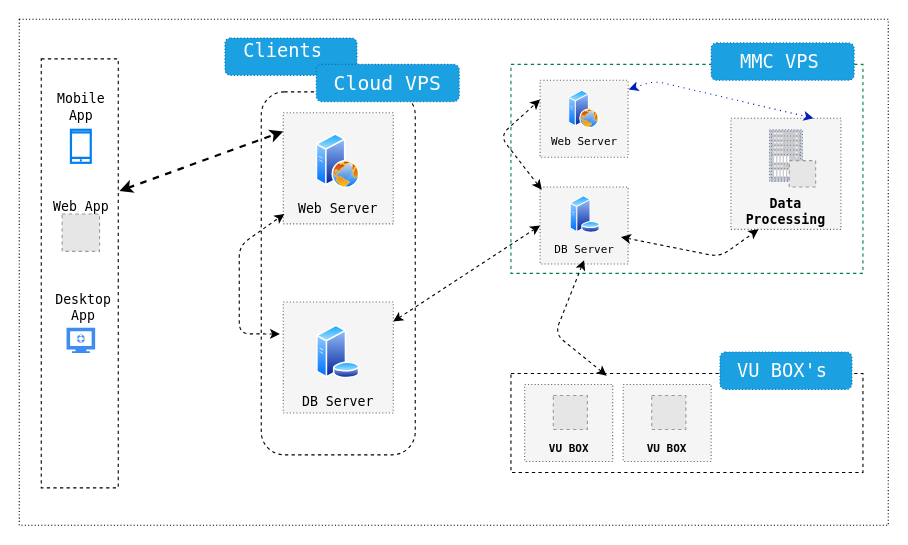
Above: Untitled Diagram.drawio in shoaibijaz/soding (draw.io), before the change. Source tidied: cells renumbered, new cells numbered last; positions are measured from the earlier drawing's top-left corner, leaving out a move shared by most shapes. Both pictures are drawn from the tidied source at 110%, with x=0, y=0 at pixel (19, 19). Pictures stored in the file or linked from it are replaced by grey dashed boxes.
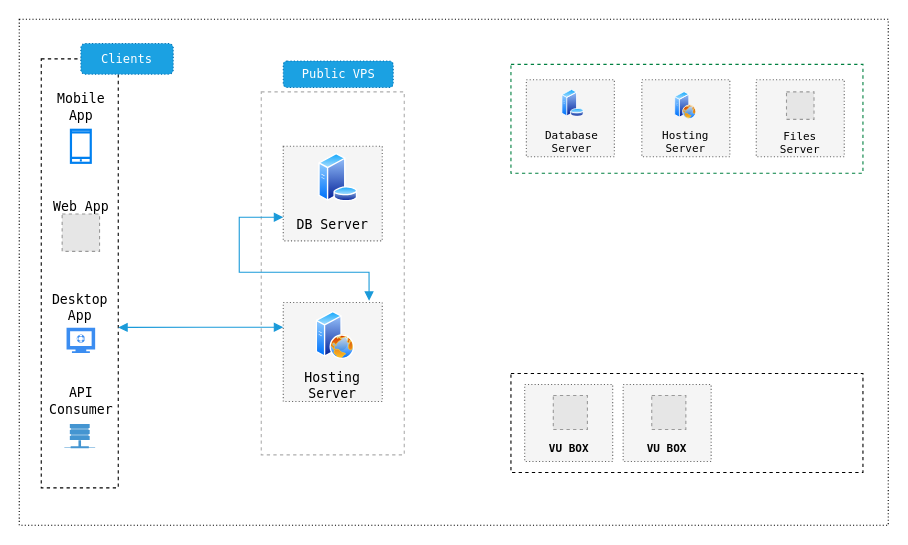
Above is the later version.

Unchanged cells that the change refers to:
```xml
<mxCell id="3" style="rounded=0;whiteSpace=wrap;html=1;dashed=1;" parent="1" vertex="1">
  <mxGeometry x="20" y="36" width="70" height="390" as="geometry" />
</mxCell>
<mxCell id="30" style="rounded=0;whiteSpace=wrap;html=1;fontFamily=Lucida Console;dashed=1;" parent="1" vertex="1">
  <mxGeometry x="447" y="322" width="320" height="90" as="geometry" />
</mxCell>
```

What changed in the source:
```diff
@@
     <mxCell id="7" value="Desktop App" style="text;html=1;strokeColor=none;fillColor=none;align=center;verticalAlign=middle;whiteSpace=wrap;rounded=0;dashed=1;fontFamily=Lucida Console;" parent="1" vertex="1">
-      <mxGeometry x="25.5" y="252" width="65" height="20" as="geometry" />
+      <mxGeometry x="22.5" y="252" width="65" height="20" as="geometry" />
     </mxCell>
-    <mxCell id="8" style="rounded=1;whiteSpace=wrap;html=1;dashed=1;fontFamily=Lucida Console;" parent="1" vertex="1">
-      <mxGeometry x="220" y="66" width="140" height="330" as="geometry" />
+    <mxCell id="8" style="rounded=0;whiteSpace=wrap;html=1;dashed=1;fontFamily=Lucida Console;glass=0;shadow=0;comic=0;fillColor=none;strokeColor=#ADADAD;" parent="1" vertex="1">
+      <mxGeometry x="220" y="66" width="130" height="330" as="geometry" />
     </mxCell>
+    <mxCell id="50" style="edgeStyle=orthogonalEdgeStyle;rounded=0;jettySize=auto;html=1;exitX=0;exitY=0.25;exitDx=0;exitDy=0;entryX=1;entryY=0.626;entryDx=0;entryDy=0;entryPerimeter=0;startArrow=block;startFill=1;endArrow=block;endFill=1;strokeColor=#1A9AD9;strokeWidth=1;fontSize=11;fontColor=none;" parent="1" edge="1" source="9" target="3">
+      <mxGeometry relative="1" as="geometry" />
+    </mxCell>
-    <mxCell id="9" style="rounded=0;whiteSpace=wrap;html=1;fontFamily=Lucida Console;fillColor=#f5f5f5;strokeColor=#666666;fontColor=#333333;dashed=1;dashPattern=1 2;" parent="1" vertex="1">
-      <mxGeometry x="240" y="85" width="100" height="101" as="geometry" />
+    <mxCell id="9" style="rounded=0;whiteSpace=wrap;html=1;fontFamily=Lucida Console;dashed=1;dashPattern=1 2;fillColor=#f5f5f5;strokeColor=#666666;fontColor=#333333;" parent="1" vertex="1">
+      <mxGeometry x="240" y="257.5" width="90" height="90" as="geometry" />
     </mxCell>
-    <mxCell id="10" value="Web Server" style="text;html=1;strokeColor=none;fillColor=none;align=center;verticalAlign=middle;whiteSpace=wrap;rounded=0;fontFamily=Lucida Console;dashed=1;dashPattern=1 1;" parent="1" vertex="1">
-      <mxGeometry x="250" y="163" width="80" height="20" as="geometry" />
+    <mxCell id="10" value="Hosting Server" style="text;html=1;strokeColor=none;fillColor=none;align=center;verticalAlign=middle;whiteSpace=wrap;rounded=0;fontFamily=Lucida Console;dashed=1;dashPattern=1 1;" parent="1" vertex="1">
+      <mxGeometry x="245" y="324.5" width="80" height="17" as="geometry" />
     </mxCell>
-    <mxCell id="11" style="perimeter=ellipsePerimeter;html=1;align=center;shadow=0;dashed=0;spacingTop=3;image;image=img/lib/active_directory/web_server.svg;fontFamily=Lucida Console;" parent="1" vertex="1">
-      <mxGeometry x="270" y="104" width="40" height="50" as="geometry" />
+    <mxCell id="11" style="perimeter=ellipsePerimeter;html=1;align=center;shadow=0;dashed=0;spacingTop=3;image;image=img/lib/active_directory/web_server.svg;fontFamily=Lucida Console;imageBackground=none;" parent="1" vertex="1">
+      <mxGeometry x="270" y="265.5" width="35" height="44" as="geometry" />
     </mxCell>
+    <mxCell id="51" style="edgeStyle=orthogonalEdgeStyle;rounded=0;jettySize=auto;html=1;exitX=0;exitY=0.75;exitDx=0;exitDy=0;entryX=0.867;entryY=-0.017;entryDx=0;entryDy=0;entryPerimeter=0;startArrow=block;startFill=1;endArrow=block;endFill=1;strokeColor=#1A9AD9;strokeWidth=1;fontSize=11;fontColor=none;" parent="1" edge="1" source="12" target="9">
+      <mxGeometry relative="1" as="geometry">
+        <Array as="points">
+          <mxPoint x="200" y="180" />
+          <mxPoint x="200" y="230" />
+          <mxPoint x="318" y="230" />
+        </Array>
+      </mxGeometry>
+    </mxCell>
     <mxCell id="12" style="rounded=0;whiteSpace=wrap;html=1;fontFamily=Lucida Console;fillColor=#f5f5f5;strokeColor=#666666;fontColor=#333333;dashed=1;dashPattern=1 2;" parent="1" vertex="1">
-      <mxGeometry x="240" y="257" width="100" height="101" as="geometry" />
+      <mxGeometry x="240" y="115.5" width="90" height="86" as="geometry" />
     </mxCell>
     <mxCell id="13" value="DB Server" style="text;html=1;strokeColor=none;fillColor=none;align=center;verticalAlign=middle;whiteSpace=wrap;rounded=0;fontFamily=Lucida Console;" parent="1" vertex="1">
-      <mxGeometry x="250" y="338" width="80" height="20" as="geometry" />
+      <mxGeometry x="245" y="176.5" width="80" height="20" as="geometry" />
     </mxCell>
     <mxCell id="14" style="perimeter=ellipsePerimeter;html=1;align=center;shadow=0;dashed=0;spacingTop=3;image;image=img/lib/active_directory/database_server.svg;fontFamily=Lucida Console;" parent="1" vertex="1">
-      <mxGeometry x="270" y="278" width="40" height="48.8" as="geometry" />
+      <mxGeometry x="272" y="122" width="36.1" height="44" as="geometry" />
     </mxCell>
-    <mxCell id="15" style="endArrow=classic;startArrow=classic;html=1;fontFamily=Lucida Console;dashed=1;exitX=1.015;exitY=0.308;exitDx=0;exitDy=0;exitPerimeter=0;fillColor=#a20025;strokeColor=#000000;jumpSize=13;strokeWidth=2;entryX=0;entryY=0.168;entryDx=0;entryDy=0;entryPerimeter=0;" parent="1" edge="1" source="3" target="9">
-      <mxGeometry relative="1" as="geometry" />
-    </mxCell>
@@
-    <mxCell id="18" style="endArrow=classic;startArrow=classic;html=1;dashed=1;strokeColor=#000000;strokeWidth=1;fontFamily=Lucida Console;entryX=0.01;entryY=0.911;entryDx=0;entryDy=0;entryPerimeter=0;exitX=0.121;exitY=0.667;exitDx=0;exitDy=0;exitPerimeter=0;" parent="1" edge="1" source="8" target="9">
-      <mxGeometry relative="1" as="geometry">
-        <Array as="points">
-          <mxPoint x="200" y="286" />
-          <mxPoint x="200" y="206" />
-        </Array>
-      </mxGeometry>
-    </mxCell>
     <mxCell id="19" style="rounded=0;whiteSpace=wrap;html=1;fontFamily=Lucida Console;dashed=1;strokeColor=#008040;" parent="1" vertex="1">
-      <mxGeometry x="447" y="41" width="320" height="190" as="geometry" />
+      <mxGeometry x="447" y="41" width="320" height="99" as="geometry" />
     </mxCell>
-    <mxCell id="20" style="rounded=0;whiteSpace=wrap;html=1;fontFamily=Lucida Console;fillColor=#f5f5f5;strokeColor=#666666;fontColor=#333333;dashed=1;dashPattern=1 2;" parent="1" vertex="1">
-      <mxGeometry x="473.5" y="55.5" width="80" height="70" as="geometry" />
+    <mxCell id="20" style="rounded=0;whiteSpace=wrap;html=1;fontFamily=Lucida Console;fillColor=#F5F5F5;strokeColor=#666666;fontColor=#333333;dashed=1;dashPattern=1 2;" parent="1" vertex="1">
+      <mxGeometry x="566" y="55" width="80" height="70" as="geometry" />
     </mxCell>
     <mxCell id="21" style="perimeter=ellipsePerimeter;html=1;align=center;shadow=0;dashed=0;spacingTop=3;image;image=img/lib/active_directory/web_server.svg;fontFamily=Lucida Console;" parent="1" vertex="1">
-      <mxGeometry x="499.5" y="64.5" width="28" height="35" as="geometry" />
+      <mxGeometry x="596" y="66" width="20" height="25" as="geometry" />
     </mxCell>
-    <mxCell id="22" value="Web Server" style="text;html=1;strokeColor=none;fillColor=none;align=center;verticalAlign=middle;whiteSpace=wrap;rounded=0;fontFamily=Lucida Console;dashed=1;dashPattern=1 1;fontSize=10;fontStyle=0;" parent="1" vertex="1">
-      <mxGeometry x="473.5" y="100.5" width="80" height="20" as="geometry" />
+    <mxCell id="22" value="Hosting Server" style="text;html=1;strokeColor=none;fillColor=none;align=center;verticalAlign=middle;whiteSpace=wrap;rounded=0;fontFamily=Lucida Console;dashed=1;dashPattern=1 1;fontSize=10;fontStyle=0;" parent="1" vertex="1">
+      <mxGeometry x="566" y="101" width="80" height="20" as="geometry" />
     </mxCell>
     <mxCell id="23" style="rounded=0;whiteSpace=wrap;html=1;fontFamily=Lucida Console;fillColor=#f5f5f5;strokeColor=#666666;fontColor=#333333;dashed=1;dashPattern=1 2;" parent="1" vertex="1">
-      <mxGeometry x="473.5" y="152.5" width="80" height="70" as="geometry" />
+      <mxGeometry x="461" y="55" width="80" height="70" as="geometry" />
     </mxCell>
     <mxCell id="24" style="perimeter=ellipsePerimeter;html=1;align=center;shadow=0;dashed=0;spacingTop=3;image;image=img/lib/active_directory/database_server.svg;fontFamily=Lucida Console;" parent="1" vertex="1">
-      <mxGeometry x="499.5" y="160.5" width="30" height="34" as="geometry" />
+      <mxGeometry x="491" y="64" width="25" height="25" as="geometry" />
     </mxCell>
-    <mxCell id="25" value="DB Server" style="text;html=1;strokeColor=none;fillColor=none;align=center;verticalAlign=middle;whiteSpace=wrap;rounded=0;fontFamily=Lucida Console;dashed=1;dashPattern=1 1;fontSize=10;fontStyle=0;" parent="1" vertex="1">
-      <mxGeometry x="473.5" y="199" width="80" height="20" as="geometry" />
+    <mxCell id="25" value="Database Server" style="text;html=1;strokeColor=none;fillColor=none;align=center;verticalAlign=middle;whiteSpace=wrap;rounded=0;fontFamily=Lucida Console;dashed=1;dashPattern=1 1;fontSize=10;fontStyle=0;" parent="1" vertex="1">
+      <mxGeometry x="477.5" y="101" width="49" height="20" as="geometry" />
     </mxCell>
-    <mxCell id="26" style="rounded=0;whiteSpace=wrap;html=1;fontFamily=Lucida Console;fillColor=#f5f5f5;strokeColor=#666666;fontColor=#333333;dashed=1;dashPattern=1 2;" parent="1" vertex="1">
-      <mxGeometry x="647" y="90" width="100" height="101" as="geometry" />
-    </mxCell>
-    <mxCell id="27" value="Data Processing" style="text;html=1;strokeColor=none;fillColor=none;align=center;verticalAlign=middle;whiteSpace=wrap;rounded=0;fontFamily=Lucida Console;dashed=1;dashPattern=1 1;fontStyle=1;" parent="1" vertex="1">
-      <mxGeometry x="657" y="164.5" width="80" height="20" as="geometry" />
-    </mxCell>
-    <mxCell id="28" style="fontColor=#0066CC;verticalAlign=top;verticalLabelPosition=bottom;labelPosition=center;align=center;html=1;fillColor=#CCCCCC;strokeColor=#6881B3;gradientColor=none;gradientDirection=north;strokeWidth=2;shape=mxgraph.networks.rack;rounded=1;dashed=1;dashPattern=1 2;" parent="1" vertex="1">
-      <mxGeometry x="682" y="100.5" width="30" height="47" as="geometry" />
-    </mxCell>
-    <mxCell id="29" style="fillColor=#E6E6E6;strokeColor=#999999;dashed=1;html=1;verticalAlign=top;verticalLabelPosition=bottom;labelBackgroundColor=#ffffff;fontFamily=Lucida Console;fontSize=10;" parent="1" vertex="1">
-      <mxGeometry x="700" y="128.5" width="24" height="24" as="geometry" />
-    </mxCell>
@@
-    <mxCell id="37" style="endArrow=classic;startArrow=classic;html=1;dashed=1;strokeColor=#000000;strokeWidth=1;fontFamily=Lucida Console;exitX=0.272;exitY=0.022;exitDx=0;exitDy=0;exitPerimeter=0;entryX=0.5;entryY=1;entryDx=0;entryDy=0;" parent="1" edge="1" source="30" target="25">
-      <mxGeometry relative="1" as="geometry">
-        <Array as="points">
-          <mxPoint x="487" y="286" />
-        </Array>
-      </mxGeometry>
-    </mxCell>
-    <mxCell id="38" style="endArrow=classic;startArrow=classic;html=1;dashed=1;strokeColor=#000000;strokeWidth=1;fontFamily=Lucida Console;entryX=0.25;entryY=1;entryDx=0;entryDy=0;" parent="1" edge="1" target="26">
-      <mxGeometry relative="1" as="geometry">
-        <mxPoint x="547" y="198" as="sourcePoint" />
-        <Array as="points">
-          <mxPoint x="637" y="216" />
-        </Array>
-      </mxGeometry>
-    </mxCell>
-    <mxCell id="39" style="endArrow=classic;startArrow=classic;html=1;dashed=1;strokeColor=#000000;strokeWidth=1;fontFamily=Lucida Console;fontSize=10;entryX=0;entryY=0.5;entryDx=0;entryDy=0;" parent="1" edge="1" source="12" target="23">
-      <mxGeometry relative="1" as="geometry" />
-    </mxCell>
-    <mxCell id="40" style="endArrow=classic;startArrow=classic;html=1;dashed=1;strokeWidth=1;fontFamily=Lucida Console;fontSize=10;exitX=1.006;exitY=0.121;exitDx=0;exitDy=0;exitPerimeter=0;entryX=0.75;entryY=0;entryDx=0;entryDy=0;fillColor=#0050ef;strokeColor=#001DBC;dashPattern=1 4;" parent="1" edge="1" source="20" target="26">
-      <mxGeometry relative="1" as="geometry">
-        <Array as="points">
-          <mxPoint x="577" y="56" />
-        </Array>
-      </mxGeometry>
-    </mxCell>
-    <mxCell id="41" style="endArrow=classic;startArrow=classic;html=1;dashed=1;strokeColor=#000000;strokeWidth=1;fontFamily=Lucida Console;entryX=0;entryY=0.25;entryDx=0;entryDy=0;exitX=0.019;exitY=0.036;exitDx=0;exitDy=0;exitPerimeter=0;" parent="1" edge="1" source="23" target="20">
-      <mxGeometry relative="1" as="geometry">
-        <Array as="points">
-          <mxPoint x="437" y="106" />
-        </Array>
-      </mxGeometry>
-    </mxCell>
     <mxCell id="42" style="rounded=1;whiteSpace=wrap;html=1;dashed=1;dashPattern=1 2;strokeColor=#006EAF;fillColor=#1ba1e2;fontFamily=Lucida Console;fontSize=10;fontColor=#ffffff;" parent="1" vertex="1">
-      <mxGeometry x="187" y="17" width="120" height="34" as="geometry" />
+      <mxGeometry x="56" y="22" width="84" height="28" as="geometry" />
     </mxCell>
-    <mxCell id="43" value="Clients" style="text;html=1;strokeColor=none;fillColor=none;align=center;verticalAlign=middle;whiteSpace=wrap;rounded=0;dashed=1;dashPattern=1 2;fontFamily=Lucida Console;fontSize=17;fontColor=#FFFFFF;" parent="1" vertex="1">
-      <mxGeometry x="220" y="19" width="40" height="20" as="geometry" />
+    <mxCell id="43" value="Clients" style="text;html=1;strokeColor=none;fillColor=none;align=center;verticalAlign=middle;whiteSpace=wrap;rounded=0;dashed=1;dashPattern=1 2;fontFamily=Lucida Console;fontSize=11;fontColor=#FFFFFF;" parent="1" vertex="1">
+      <mxGeometry x="78" y="26" width="40" height="20" as="geometry" />
     </mxCell>
     <mxCell id="44" style="rounded=1;whiteSpace=wrap;html=1;dashed=1;dashPattern=1 2;strokeColor=#006EAF;fillColor=#1ba1e2;fontFamily=Lucida Console;fontSize=10;fontColor=#ffffff;" parent="1" vertex="1">
-      <mxGeometry x="270" y="41" width="130" height="34" as="geometry" />
+      <mxGeometry x="240" y="38" width="100" height="24" as="geometry" />
     </mxCell>
-    <mxCell id="45" value="&lt;font style=&quot;font-size: 18px;&quot;&gt;Cloud VPS&lt;/font&gt;" style="text;html=1;strokeColor=none;fillColor=none;align=center;verticalAlign=middle;whiteSpace=wrap;rounded=0;dashed=1;dashPattern=1 2;fontFamily=Lucida Console;fontSize=18;fontColor=#FFFFFF;" parent="1" vertex="1">
-      <mxGeometry x="285" y="48" width="100" height="20" as="geometry" />
+    <mxCell id="45" value="&lt;font style=&quot;font-size: 11px&quot;&gt;Public VPS&lt;/font&gt;" style="text;html=1;strokeColor=none;fillColor=none;align=center;verticalAlign=middle;whiteSpace=wrap;rounded=0;dashed=1;dashPattern=1 2;fontFamily=Lucida Console;fontSize=11;fontColor=#FFFFFF;" parent="1" vertex="1">
+      <mxGeometry x="252.5" y="40" width="75" height="20" as="geometry" />
     </mxCell>
-    <mxCell id="46" style="rounded=1;whiteSpace=wrap;html=1;dashed=1;dashPattern=1 2;strokeColor=#006EAF;fillColor=#1ba1e2;fontFamily=Lucida Console;fontSize=10;fontColor=#ffffff;" parent="1" vertex="1">
-      <mxGeometry x="637" y="302.5" width="120" height="34" as="geometry" />
-    </mxCell>
-    <mxCell id="47" value="VU BOX's" style="text;html=1;strokeColor=none;fillColor=none;align=center;verticalAlign=middle;whiteSpace=wrap;rounded=0;dashed=1;dashPattern=1 2;fontFamily=Lucida Console;fontSize=17;fontColor=#FFFFFF;" parent="1" vertex="1">
-      <mxGeometry x="649" y="309.5" width="90" height="20" as="geometry" />
-    </mxCell>
-    <mxCell id="48" style="rounded=1;whiteSpace=wrap;html=1;dashed=1;dashPattern=1 2;strokeColor=#006EAF;fillColor=#1ba1e2;fontFamily=Lucida Console;fontSize=10;fontColor=#ffffff;" parent="1" vertex="1">
-      <mxGeometry x="629" y="21.5" width="130" height="34" as="geometry" />
-    </mxCell>
-    <mxCell id="49" value="MMC VPS" style="text;html=1;strokeColor=none;fillColor=none;align=center;verticalAlign=middle;whiteSpace=wrap;rounded=0;dashed=1;dashPattern=1 2;fontFamily=Lucida Console;fontSize=17;fontColor=#FFFFFF;" parent="1" vertex="1">
-      <mxGeometry x="637" y="29" width="109" height="20" as="geometry" />
-    </mxCell>
+    <mxCell id="52" value="API Consumer" style="text;html=1;strokeColor=none;fillColor=none;align=center;verticalAlign=middle;whiteSpace=wrap;rounded=0;dashed=1;fontFamily=Lucida Console;" parent="1" vertex="1">
+      <mxGeometry x="23.5" y="336.5" width="65" height="20" as="geometry" />
+    </mxCell>
+    <mxCell id="53" style="shadow=0;dashed=0;html=1;strokeColor=none;fillColor=#4495D1;labelPosition=center;verticalLabelPosition=bottom;verticalAlign=top;align=center;shape=mxgraph.veeam.2d.remote_storage;" parent="1" vertex="1">
+      <mxGeometry x="41" y="368" width="28" height="22" as="geometry" />
+    </mxCell>
+    <mxCell id="54" style="rounded=0;whiteSpace=wrap;html=1;fontFamily=Lucida Console;fillColor=#F5F5F5;strokeColor=#666666;fontColor=#333333;dashed=1;dashPattern=1 2;" parent="1" vertex="1">
+      <mxGeometry x="670" y="55" width="80" height="70" as="geometry" />
+    </mxCell>
+    <mxCell id="55" value="Files Server" style="text;html=1;strokeColor=none;fillColor=none;align=center;verticalAlign=middle;whiteSpace=wrap;rounded=0;fontFamily=Lucida Console;dashed=1;dashPattern=1 1;fontSize=10;fontStyle=0;" parent="1" vertex="1">
+      <mxGeometry x="675" y="102" width="70" height="20" as="geometry" />
+    </mxCell>
+    <mxCell id="56" style="fillColor=#E6E6E6;strokeColor=#999999;dashed=1;html=1;verticalAlign=top;verticalLabelPosition=bottom;labelBackgroundColor=#ffffff;fontSize=11;fontColor=none;" parent="1" vertex="1">
+      <mxGeometry x="697.5" y="66" width="25" height="25" as="geometry" />
+    </mxCell>
```
